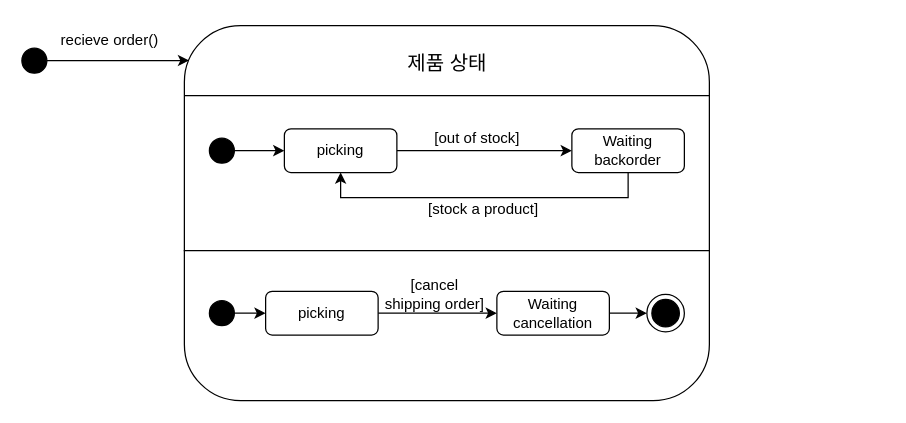
The draw.io diagram 시분설_6조_STD.drawio in dbsrudrla/diagram, before the edit. Source tidied: cells renumbered, new cells numbered last; positions are measured from the earlier drawing's top-left corner, leaving out a move shared by most shapes. Both pictures are drawn from the tidied source at 125%, with x=0, y=0 at pixel (21, 21).
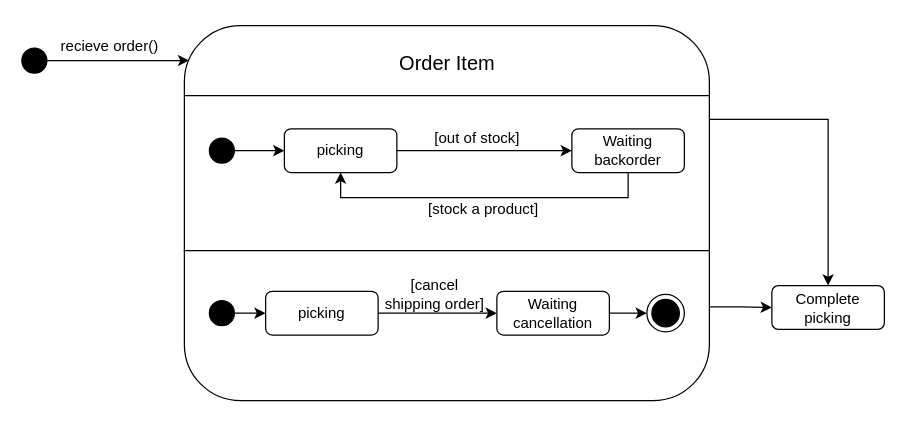
Above is the later version.

Commit message (it also covers changes not shown here):
시분설_6조_STD.drawio 업데이트

Unchanged cells that the change refers to:
```xml
<mxCell id="5" style="rounded=1;whiteSpace=wrap;html=1;" parent="1" vertex="1">
  <mxGeometry x="130" y="3" width="420" height="300" as="geometry" />
</mxCell>
```

The edit, as a diff of the source:
```diff
@@
     <mxCell id="4" value="recieve order()" style="text;html=1;align=center;verticalAlign=middle;strokeColor=none;fillColor=none;" parent="1" vertex="1">
-      <mxGeometry x="20" width="100" height="30" as="geometry" />
+      <mxGeometry x="20" y="5" width="100" height="30" as="geometry" />
     </mxCell>
+    <mxCell id="25" style="edgeStyle=orthogonalEdgeStyle;rounded=0;jettySize=auto;html=1;exitX=1;exitY=0.75;exitDx=0;exitDy=0;entryX=0;entryY=0.5;entryDx=0;entryDy=0;" parent="1" edge="1" source="5" target="27">
+      <mxGeometry relative="1" as="geometry" />
+    </mxCell>
+    <mxCell id="26" style="edgeStyle=orthogonalEdgeStyle;rounded=0;jettySize=auto;html=1;exitX=1;exitY=0.25;exitDx=0;exitDy=0;entryX=0.5;entryY=0;entryDx=0;entryDy=0;" parent="1" edge="1" source="5" target="27">
+      <mxGeometry relative="1" as="geometry" />
+    </mxCell>
@@
-    <mxCell id="7" value="제품 상태" style="text;html=1;align=center;verticalAlign=middle;strokeColor=none;fillColor=none;fontSize=16;" parent="1" vertex="1">
-      <mxGeometry x="295" y="18" width="90" height="30" as="geometry" />
+    <mxCell id="7" value="Order Item" style="text;html=1;align=center;verticalAlign=middle;strokeColor=none;fillColor=none;fontSize=16;" parent="1" vertex="1">
+      <mxGeometry x="290" y="18" width="100" height="30" as="geometry" />
     </mxCell>
@@
+    <mxCell id="27" value="Complete&lt;br&gt;picking" style="rounded=1;whiteSpace=wrap;html=1;" parent="1" vertex="1">
+      <mxGeometry x="600" y="211" width="90" height="35" as="geometry" />
+    </mxCell>
```
